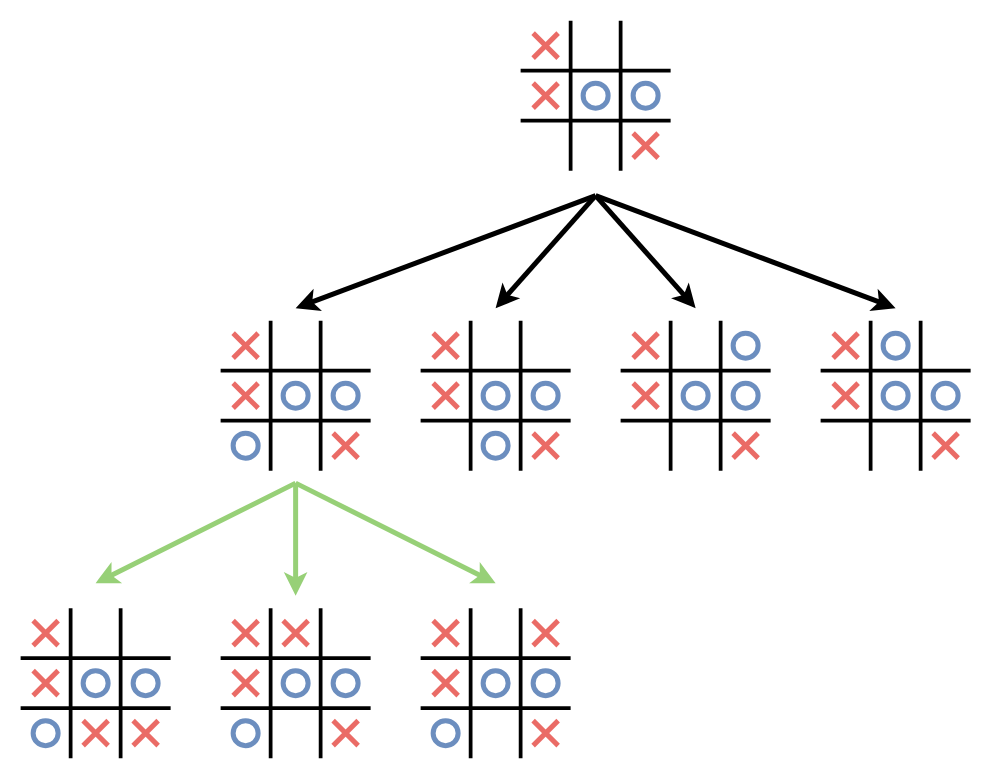
Before: mcts_ttt2.drawio in Klazkin/player-zero, a draw.io diagram. Source tidied: cells renumbered, new cells numbered last; positions are measured from the earlier drawing's top-left corner, leaving out a move shared by most shapes. Both pictures are drawn from the tidied source at 125%, with x=0, y=0 at pixel (20, 20).
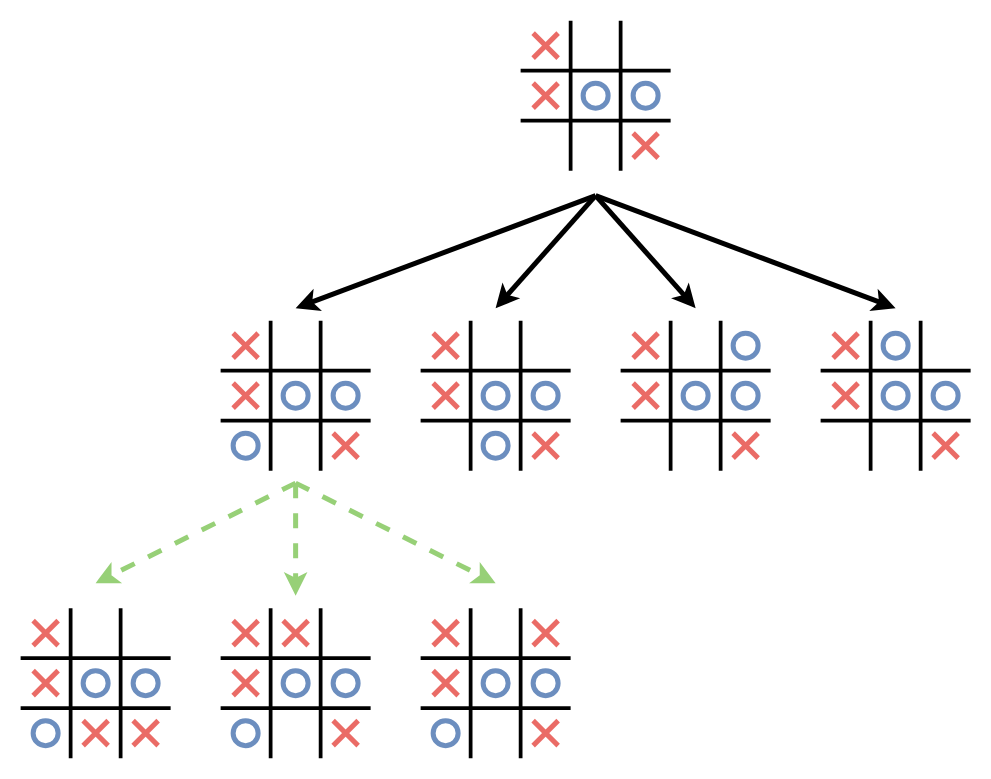
The same diagram, later.

Change to the diagram source:
```diff
@@
-    <mxCell id="70" style="endArrow=classic;html=1;rounded=0;strokeWidth=4;strokeColor=#97D077;" parent="1" edge="1">
+    <mxCell id="70" style="endArrow=classic;html=1;rounded=0;strokeWidth=4;strokeColor=#97D077;dashed=1;" parent="1" edge="1">
       <mxGeometry relative="1" as="geometry">
         <mxPoint x="220" y="370" as="sourcePoint" />
         <mxPoint x="220" y="460" as="targetPoint" />
       </mxGeometry>
     </mxCell>
@@
-    <mxCell id="116" style="endArrow=classic;html=1;rounded=0;strokeWidth=4;strokeColor=#97D077;" parent="1" edge="1">
+    <mxCell id="116" style="endArrow=classic;html=1;rounded=0;strokeWidth=4;strokeColor=#97D077;dashed=1;" parent="1" edge="1">
       <mxGeometry relative="1" as="geometry">
         <mxPoint x="220" y="370" as="sourcePoint" />
         <mxPoint x="380" y="450" as="targetPoint" />
       </mxGeometry>
     </mxCell>
-    <mxCell id="117" style="endArrow=classic;html=1;rounded=0;strokeWidth=4;strokeColor=#97D077;" parent="1" edge="1">
+    <mxCell id="117" style="endArrow=classic;html=1;rounded=0;strokeWidth=4;strokeColor=#97D077;dashed=1;" parent="1" edge="1">
       <mxGeometry relative="1" as="geometry">
         <mxPoint x="220" y="370" as="sourcePoint" />
         <mxPoint x="60" y="450" as="targetPoint" />
       </mxGeometry>
     </mxCell>
```
